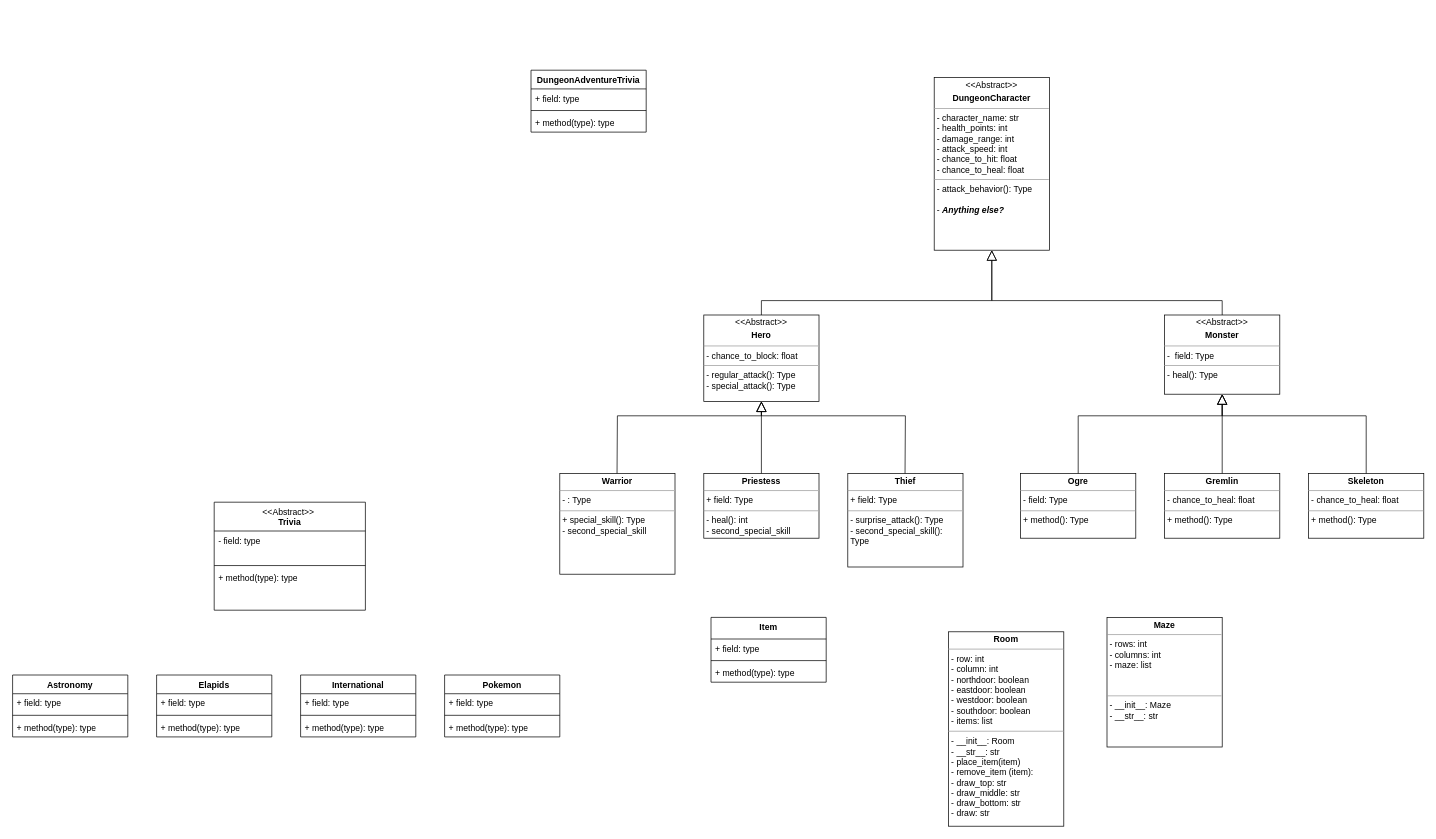
Earlier version of the draw.io diagram DungeonAdventureTrivia_UML.drawio (dwools/TCSS-504_DungeonAdventureTrivia). Source tidied: cells renumbered, new cells numbered last; positions are measured from the earlier drawing's top-left corner, leaving out a move shared by most shapes. Both pictures are drawn from the tidied source at 72%, with x=0, y=0 at pixel (12, 70).
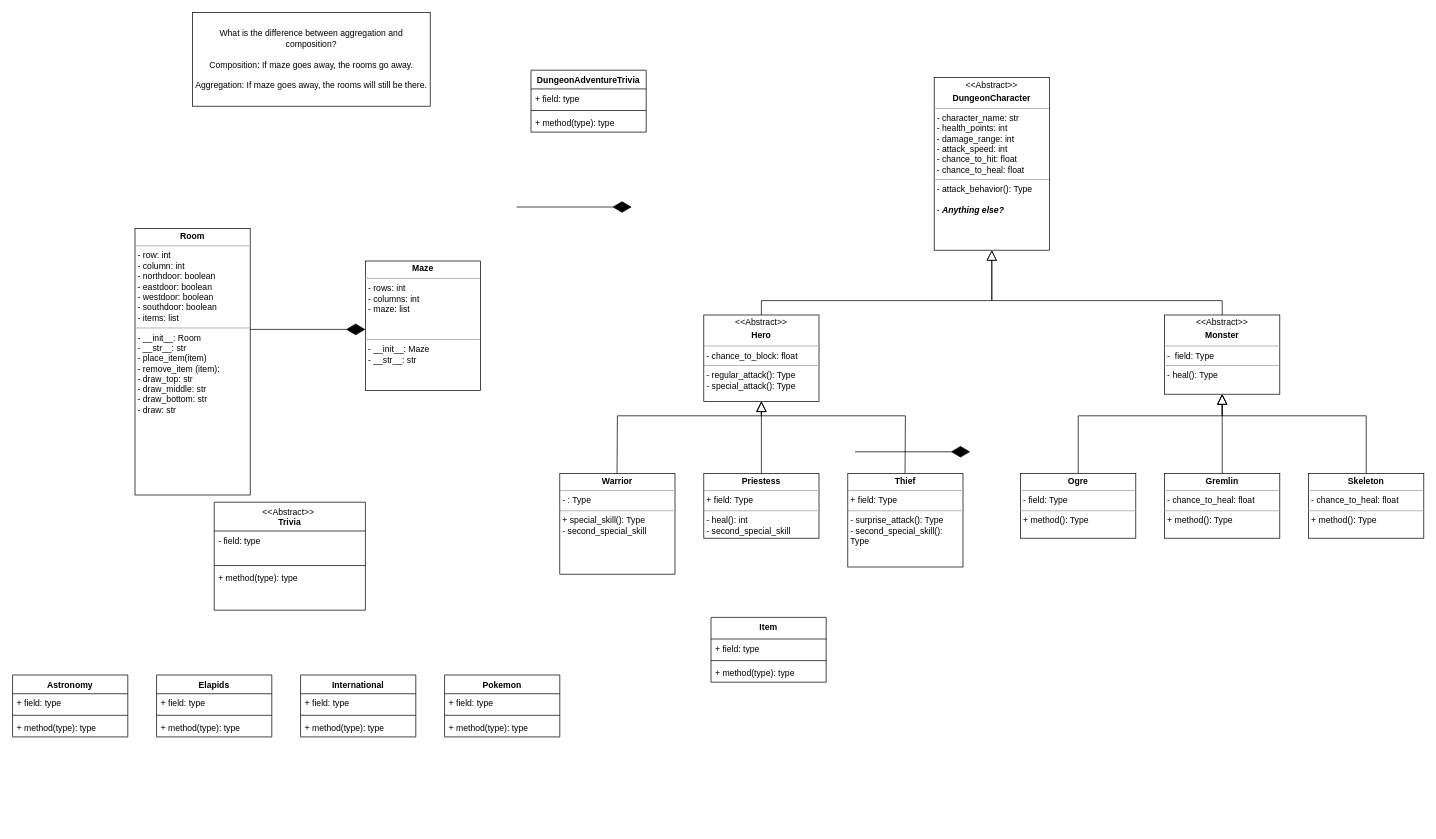
The same page after the edit.

The edit, as a diff of the source:
```diff
@@
     <mxCell id="2" value="&lt;p style=&quot;margin:0px;margin-top:4px;text-align:center;&quot;&gt;&lt;b&gt;Room&lt;/b&gt;&lt;/p&gt;&lt;hr size=&quot;1&quot;&gt;&lt;p style=&quot;margin:0px;margin-left:4px;&quot;&gt;- row: int&lt;/p&gt;&lt;p style=&quot;margin:0px;margin-left:4px;&quot;&gt;- column: int&lt;/p&gt;&lt;p style=&quot;margin:0px;margin-left:4px;&quot;&gt;- northdoor: boolean&lt;/p&gt;&lt;p style=&quot;margin:0px;margin-left:4px;&quot;&gt;- eastdoor: boolean&lt;/p&gt;&lt;p style=&quot;margin:0px;margin-left:4px;&quot;&gt;- westdoor: boolean&lt;/p&gt;&lt;p style=&quot;margin:0px;margin-left:4px;&quot;&gt;- southdoor: boolean&lt;/p&gt;&lt;p style=&quot;margin:0px;margin-left:4px;&quot;&gt;- items: list&lt;/p&gt;&lt;hr size=&quot;1&quot;&gt;&lt;p style=&quot;margin:0px;margin-left:4px;&quot;&gt;- __init__: Room&lt;/p&gt;&lt;p style=&quot;margin:0px;margin-left:4px;&quot;&gt;- __str__: str&lt;/p&gt;&lt;p style=&quot;margin:0px;margin-left:4px;&quot;&gt;- place_item(item)&lt;/p&gt;&lt;p style=&quot;margin:0px;margin-left:4px;&quot;&gt;- remove_item (item):&amp;nbsp;&lt;/p&gt;&lt;p style=&quot;margin:0px;margin-left:4px;&quot;&gt;- draw_top: str&lt;/p&gt;&lt;p style=&quot;margin:0px;margin-left:4px;&quot;&gt;- draw_middle: str&lt;/p&gt;&lt;p style=&quot;margin:0px;margin-left:4px;&quot;&gt;- draw_bottom: str&lt;/p&gt;&lt;p style=&quot;margin:0px;margin-left:4px;&quot;&gt;- draw: str&lt;/p&gt;&lt;p style=&quot;margin:0px;margin-left:4px;&quot;&gt;&lt;br&gt;&lt;/p&gt;&lt;p style=&quot;margin:0px;margin-left:4px;&quot;&gt;&lt;br&gt;&lt;/p&gt;&lt;p style=&quot;margin:0px;margin-left:4px;&quot;&gt;&lt;br&gt;&lt;/p&gt;" style="verticalAlign=top;align=left;overflow=fill;fontSize=12;fontFamily=Helvetica;html=1;whiteSpace=wrap;" parent="1" vertex="1">
-      <mxGeometry x="1300" y="780" width="160" height="270" as="geometry" />
+      <mxGeometry x="170" y="220" width="160" height="370" as="geometry" />
     </mxCell>
@@
     <mxCell id="4" value="&lt;p style=&quot;margin:0px;margin-top:4px;text-align:center;&quot;&gt;&lt;b&gt;Maze&lt;/b&gt;&lt;/p&gt;&lt;hr size=&quot;1&quot;&gt;&lt;p style=&quot;margin:0px;margin-left:4px;&quot;&gt;- rows: int&lt;/p&gt;&lt;p style=&quot;margin:0px;margin-left:4px;&quot;&gt;- columns: int&lt;/p&gt;&lt;p style=&quot;margin:0px;margin-left:4px;&quot;&gt;- maze: list&lt;/p&gt;&lt;p style=&quot;margin:0px;margin-left:4px;&quot;&gt;&lt;br&gt;&lt;/p&gt;&lt;p style=&quot;margin:0px;margin-left:4px;&quot;&gt;&lt;br&gt;&lt;/p&gt;&lt;hr size=&quot;1&quot;&gt;&lt;p style=&quot;margin:0px;margin-left:4px;&quot;&gt;- __init__: Maze&lt;/p&gt;&lt;p style=&quot;margin:0px;margin-left:4px;&quot;&gt;- __str__: str&lt;/p&gt;" style="verticalAlign=top;align=left;overflow=fill;fontSize=12;fontFamily=Helvetica;html=1;whiteSpace=wrap;" parent="1" vertex="1">
-      <mxGeometry x="1520" y="760" width="160" height="180" as="geometry" />
+      <mxGeometry x="490" y="265" width="160" height="180" as="geometry" />
     </mxCell>
@@
+    <mxCell id="49" style="endArrow=diamondThin;endFill=1;endSize=24;html=1;rounded=0;" parent="1" edge="1">
+      <mxGeometry relative="1" as="geometry">
+        <mxPoint x="1170" y="530" as="sourcePoint" />
+        <mxPoint x="1330" y="530" as="targetPoint" />
+      </mxGeometry>
+    </mxCell>
+    <mxCell id="50" style="endArrow=diamondThin;endFill=1;endSize=24;html=1;rounded=0;" parent="1" edge="1">
+      <mxGeometry relative="1" as="geometry">
+        <mxPoint x="700" y="190" as="sourcePoint" />
+        <mxPoint x="860" y="190" as="targetPoint" />
+      </mxGeometry>
+    </mxCell>
+    <mxCell id="51" style="endArrow=diamondThin;endFill=1;endSize=24;html=1;rounded=0;" parent="1" edge="1">
+      <mxGeometry relative="1" as="geometry">
+        <mxPoint x="330" y="360" as="sourcePoint" />
+        <mxPoint x="490" y="360" as="targetPoint" />
+      </mxGeometry>
+    </mxCell>
+    <mxCell id="52" value="What is the difference between aggregation and composition?&lt;br&gt;&lt;br&gt;Composition: If maze goes away, the rooms go away.&lt;br&gt;&lt;br&gt;Aggregation: If maze goes away, the rooms will still be there." style="html=1;whiteSpace=wrap;" parent="1" vertex="1">
+      <mxGeometry x="250" y="-80" width="330" height="130" as="geometry" />
+    </mxCell>
```
